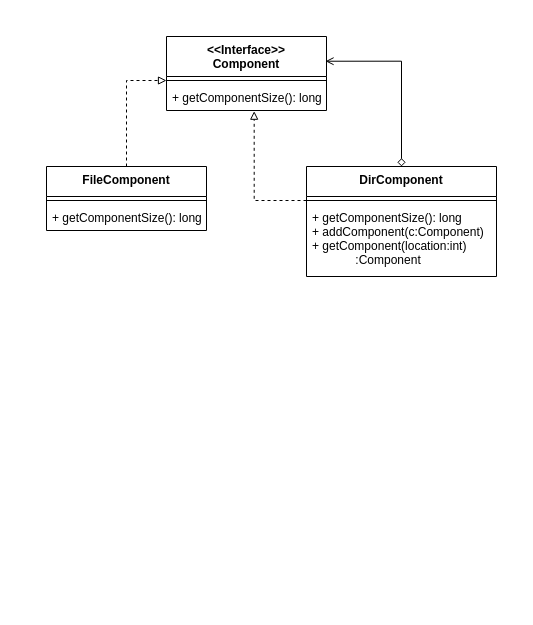
The draw.io diagram drawings.drawio in FedosovMax/diagrams, before the edit. Source tidied: cells renumbered, new cells numbered last; positions are measured from the earlier drawing's top-left corner, leaving out a move shared by most shapes. Both pictures are drawn from the tidied source at 100%, with x=0, y=0 at pixel (46, 36).
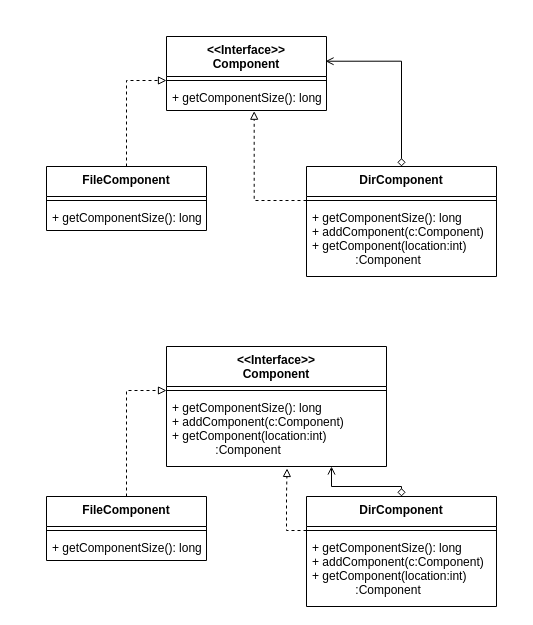
After the change.

The change refers to these unchanged cells:
```xml
<mxCell id="2" value="&lt;&lt;Interface&gt;&gt;&#10;Component&#10;" style="swimlane;fontStyle=1;align=center;verticalAlign=top;horizontal=1;startSize=40;" parent="1" vertex="1">
  <mxGeometry x="120" width="160" height="74" as="geometry" />
</mxCell>
<mxCell id="3" style="line;strokeWidth=1;fillColor=none;align=left;verticalAlign=middle;spacingTop=-1;spacingLeft=3;spacingRight=3;labelPosition=right;points=[];portConstraint=eastwest;" parent="2" vertex="1">
  <mxGeometry y="40" width="160" height="8" as="geometry" />
</mxCell>
<mxCell id="4" value="+ getComponentSize(): long" style="text;strokeColor=none;fillColor=none;align=left;verticalAlign=top;spacingLeft=4;spacingRight=4;overflow=hidden;points=[[0,0.5],[1,0.5]];portConstraint=eastwest;" parent="2" vertex="1">
  <mxGeometry y="48" width="160" height="26" as="geometry" />
</mxCell>
<mxCell id="6" value="FileComponent" style="swimlane;fontStyle=1;align=center;verticalAlign=top;horizontal=1;startSize=30;" parent="1" vertex="1">
  <mxGeometry y="130" width="160" height="64" as="geometry" />
</mxCell>
<mxCell id="10" value="DirComponent" style="swimlane;fontStyle=1;align=center;verticalAlign=top;horizontal=1;startSize=30;" parent="1" vertex="1">
  <mxGeometry x="260" y="130" width="190" height="110" as="geometry" />
</mxCell>
<mxCell id="11" style="line;strokeWidth=1;fillColor=none;align=left;verticalAlign=middle;spacingTop=-1;spacingLeft=3;spacingRight=3;labelPosition=right;points=[];portConstraint=eastwest;" parent="10" vertex="1">
  <mxGeometry y="30" width="190" height="8" as="geometry" />
</mxCell>
```

The edit, as a diff of the source:
```diff
@@
+    <mxCell id="14" style="rounded=0;whiteSpace=wrap;html=1;strokeColor=none;" parent="1" vertex="1">
+      <mxGeometry x="-30" y="-20" width="500" height="282" as="geometry" />
+    </mxCell>
+    <mxCell id="5" style="edgeStyle=orthogonalEdgeStyle;rounded=0;jettySize=auto;html=1;dashed=1;startArrow=none;startFill=0;endArrow=block;endFill=0;" parent="1" edge="1" source="6" target="3">
+      <mxGeometry relative="1" as="geometry" />
+    </mxCell>
+    <mxCell id="9" style="edgeStyle=orthogonalEdgeStyle;rounded=0;jettySize=auto;html=1;entryX=0.994;entryY=0.334;entryDx=0;entryDy=0;entryPerimeter=0;startArrow=diamond;startFill=0;endArrow=open;endFill=0;" parent="1" edge="1" source="10" target="2">
+      <mxGeometry relative="1" as="geometry" />
+    </mxCell>
+    <mxCell id="13" style="edgeStyle=orthogonalEdgeStyle;rounded=0;jettySize=auto;html=1;entryX=0.548;entryY=1.027;entryDx=0;entryDy=0;entryPerimeter=0;startArrow=none;startFill=0;endArrow=block;endFill=0;dashed=1;" parent="1" edge="1" source="11" target="4">
+      <mxGeometry relative="1" as="geometry" />
+    </mxCell>
@@
-    <mxCell id="5" style="edgeStyle=orthogonalEdgeStyle;rounded=0;jettySize=auto;html=1;dashed=1;startArrow=none;startFill=0;endArrow=block;endFill=0;" parent="1" edge="1" source="6" target="3">
-      <mxGeometry relative="1" as="geometry" />
-    </mxCell>
@@
-    <mxCell id="9" style="edgeStyle=orthogonalEdgeStyle;rounded=0;jettySize=auto;html=1;entryX=0.994;entryY=0.334;entryDx=0;entryDy=0;entryPerimeter=0;startArrow=diamond;startFill=0;endArrow=open;endFill=0;" parent="1" edge="1" source="10" target="2">
-      <mxGeometry relative="1" as="geometry" />
-    </mxCell>
@@
-    <mxCell id="13" style="edgeStyle=orthogonalEdgeStyle;rounded=0;jettySize=auto;html=1;entryX=0.548;entryY=1.027;entryDx=0;entryDy=0;entryPerimeter=0;startArrow=none;startFill=0;endArrow=block;endFill=0;dashed=1;" parent="1" edge="1" source="11" target="4">
-      <mxGeometry relative="1" as="geometry" />
-    </mxCell>
+    <mxCell id="15" style="rounded=0;whiteSpace=wrap;html=1;strokeColor=none;" parent="1" vertex="1">
+      <mxGeometry x="-30" y="290" width="500" height="282" as="geometry" />
+    </mxCell>
+    <mxCell id="16" style="edgeStyle=orthogonalEdgeStyle;rounded=0;jettySize=auto;html=1;dashed=1;startArrow=none;startFill=0;endArrow=block;endFill=0;" parent="1" edge="1" source="22" target="20">
+      <mxGeometry relative="1" as="geometry" />
+    </mxCell>
+    <mxCell id="17" style="edgeStyle=orthogonalEdgeStyle;rounded=0;jettySize=auto;html=1;entryX=0.75;entryY=1;entryDx=0;entryDy=0;startArrow=diamond;startFill=0;endArrow=open;endFill=0;" parent="1" edge="1" source="25" target="19">
+      <mxGeometry relative="1" as="geometry">
+        <Array as="points">
+          <mxPoint x="355" y="450" />
+          <mxPoint x="285" y="450" />
+        </Array>
+      </mxGeometry>
+    </mxCell>
+    <mxCell id="18" style="edgeStyle=orthogonalEdgeStyle;rounded=0;jettySize=auto;html=1;entryX=0.548;entryY=1.027;entryDx=0;entryDy=0;entryPerimeter=0;startArrow=none;startFill=0;endArrow=block;endFill=0;dashed=1;" parent="1" edge="1" source="26" target="21">
+      <mxGeometry relative="1" as="geometry">
+        <Array as="points">
+          <mxPoint x="240" y="494" />
+          <mxPoint x="240" y="460" />
+          <mxPoint x="241" y="460" />
+          <mxPoint x="241" y="432" />
+        </Array>
+      </mxGeometry>
+    </mxCell>
+    <mxCell id="19" value="&lt;&lt;Interface&gt;&gt;&#10;Component&#10;" style="swimlane;fontStyle=1;align=center;verticalAlign=top;horizontal=1;startSize=40;" parent="1" vertex="1">
+      <mxGeometry x="120" y="310" width="220" height="120" as="geometry" />
+    </mxCell>
+    <mxCell id="20" style="line;strokeWidth=1;fillColor=none;align=left;verticalAlign=middle;spacingTop=-1;spacingLeft=3;spacingRight=3;labelPosition=right;points=[];portConstraint=eastwest;" parent="19" vertex="1">
+      <mxGeometry y="40" width="220" height="8" as="geometry" />
+    </mxCell>
+    <mxCell id="21" value="+ getComponentSize(): long&#10;+ addComponent(c:Component)&#10;+ getComponent(location:int)&#10;             :Component&#10;&#10;&#10;&#10;&#10;" style="text;strokeColor=none;fillColor=none;align=left;verticalAlign=top;spacingLeft=4;spacingRight=4;overflow=hidden;points=[[0,0.5],[1,0.5]];portConstraint=eastwest;" parent="19" vertex="1">
+      <mxGeometry y="48" width="220" height="72" as="geometry" />
+    </mxCell>
+    <mxCell id="22" value="FileComponent" style="swimlane;fontStyle=1;align=center;verticalAlign=top;horizontal=1;startSize=30;" parent="1" vertex="1">
+      <mxGeometry y="460" width="160" height="64" as="geometry" />
+    </mxCell>
+    <mxCell id="23" style="line;strokeWidth=1;fillColor=none;align=left;verticalAlign=middle;spacingTop=-1;spacingLeft=3;spacingRight=3;labelPosition=right;" parent="22" vertex="1">
+      <mxGeometry y="30" width="160" height="8" as="geometry" />
+    </mxCell>
+    <mxCell id="24" value="+ getComponentSize(): long" style="text;strokeColor=none;fillColor=none;align=left;verticalAlign=top;spacingLeft=4;spacingRight=4;overflow=hidden;" parent="22" vertex="1">
+      <mxGeometry y="38" width="160" height="26" as="geometry" />
+    </mxCell>
+    <mxCell id="25" value="DirComponent" style="swimlane;fontStyle=1;align=center;verticalAlign=top;horizontal=1;startSize=30;" parent="1" vertex="1">
+      <mxGeometry x="260" y="460" width="190" height="110" as="geometry" />
+    </mxCell>
+    <mxCell id="26" style="line;strokeWidth=1;fillColor=none;align=left;verticalAlign=middle;spacingTop=-1;spacingLeft=3;spacingRight=3;labelPosition=right;points=[];portConstraint=eastwest;" parent="25" vertex="1">
+      <mxGeometry y="30" width="190" height="8" as="geometry" />
+    </mxCell>
+    <mxCell id="27" value="+ getComponentSize(): long&#10;+ addComponent(c:Component)&#10;+ getComponent(location:int)&#10;             :Component&#10;&#10;&#10;" style="text;strokeColor=none;fillColor=none;align=left;verticalAlign=top;spacingLeft=4;spacingRight=4;overflow=hidden;" parent="25" vertex="1">
+      <mxGeometry y="38" width="190" height="72" as="geometry" />
+    </mxCell>
```
